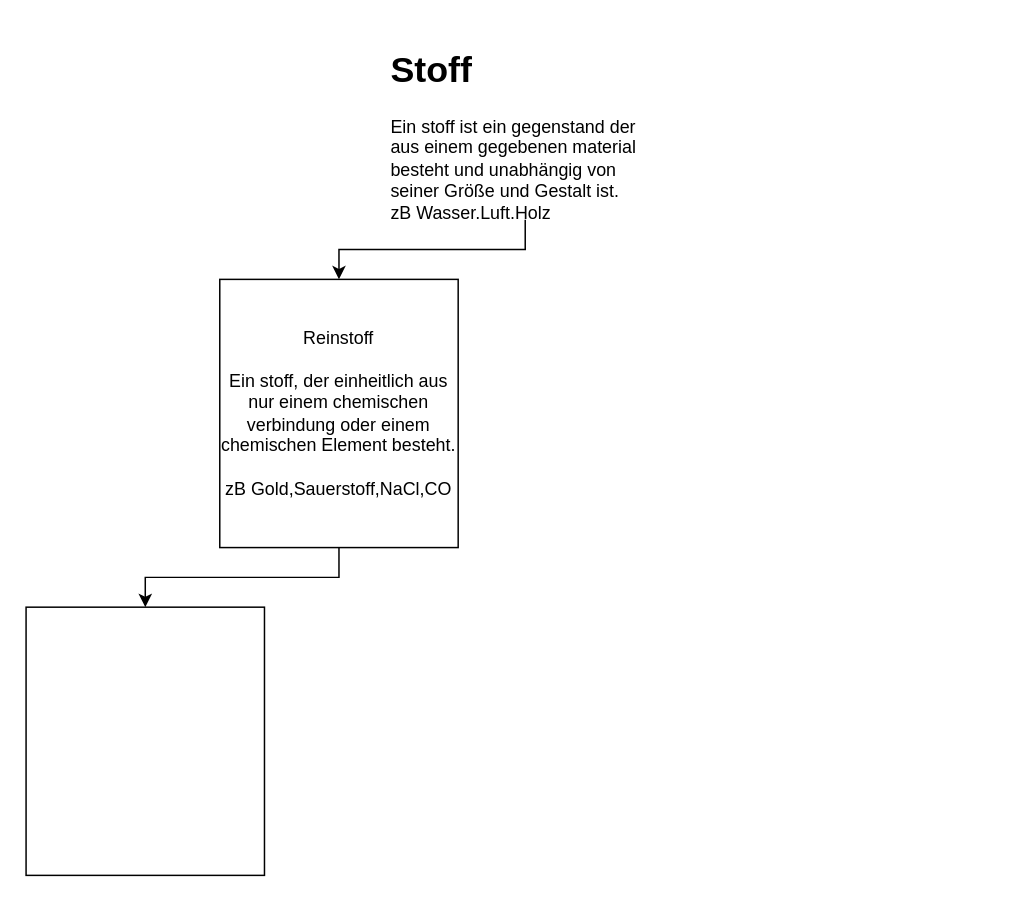
Before: Untitled Diagram.drawio in arrayan/hello-world, a draw.io diagram. Source tidied: cells renumbered, new cells numbered last; positions are measured from the earlier drawing's top-left corner, leaving out a move shared by most shapes. Both pictures are drawn from the tidied source at 149%, with x=0, y=0 at pixel (25, 40).
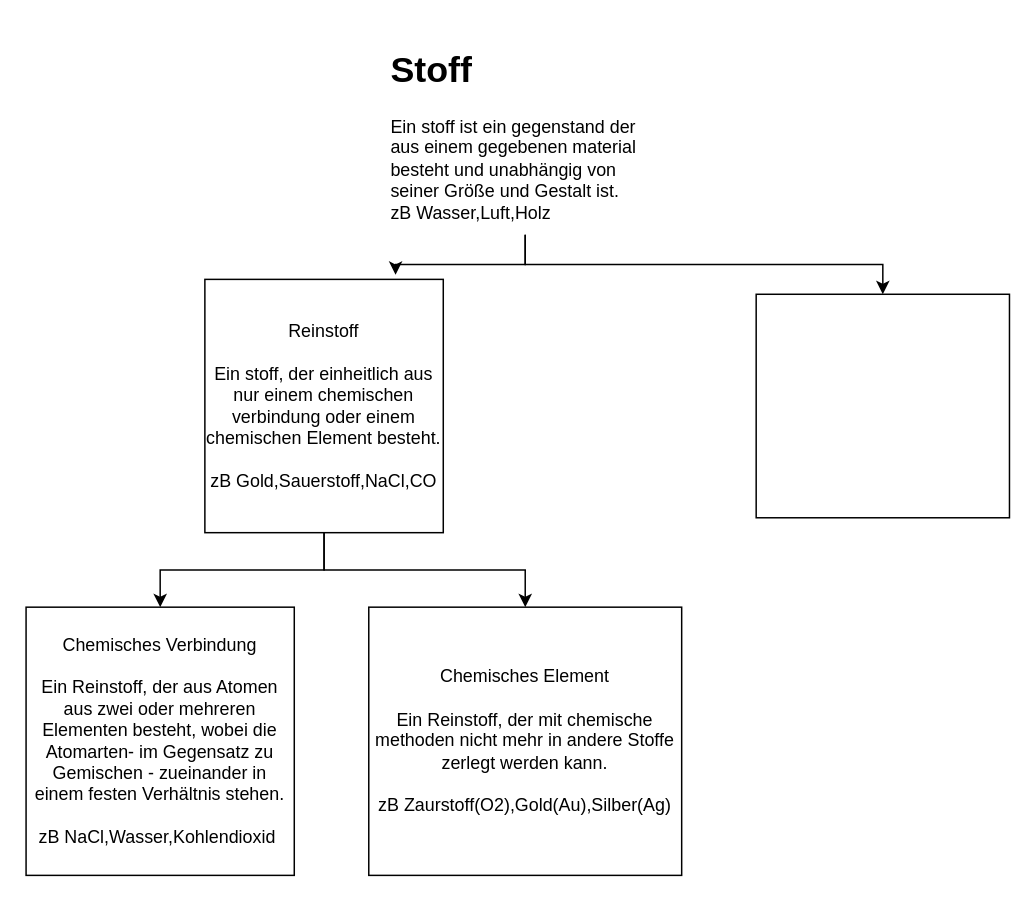
The same page after the edit.

What changed in the source:
```diff
@@
 <mxGraphModel>
   <root>
     <mxCell id="0" />
     <mxCell id="1" parent="0" />
-    <mxCell id="2" style="edgeStyle=orthogonalEdgeStyle;rounded=0;jettySize=auto;html=1;" parent="1" edge="1" source="3" target="5">
-      <mxGeometry relative="1" as="geometry" />
+    <mxCell id="2" style="edgeStyle=orthogonalEdgeStyle;rounded=0;jettySize=auto;html=1;entryX=0.8;entryY=-0.018;entryDx=0;entryDy=0;entryPerimeter=0;" parent="1" edge="1" source="3" target="5">
+      <mxGeometry relative="1" as="geometry">
+        <Array as="points">
+          <mxPoint x="335" y="150" />
+          <mxPoint x="248" y="150" />
+        </Array>
+      </mxGeometry>
     </mxCell>
+    <mxCell id="7" style="edgeStyle=orthogonalEdgeStyle;rounded=0;jettySize=auto;html=1;exitX=0.5;exitY=1;exitDx=0;exitDy=0;entryX=0.5;entryY=0;entryDx=0;entryDy=0;" parent="1" edge="1" source="3" target="10">
+      <mxGeometry relative="1" as="geometry" />
+    </mxCell>
     <mxCell id="3" value="&lt;h1&gt;Stoff&lt;/h1&gt;&lt;div&gt;Ein stoff ist ein gegenstand der aus einem gegebenen material besteht und unabhängig von seiner Größe und Gestalt ist.&lt;/div&gt;&lt;div&gt;zB Wasser,Luft,Holz&lt;/div&gt;&lt;div&gt;&lt;br&gt;&lt;/div&gt;&lt;div&gt;&lt;br&gt;&lt;/div&gt;&lt;div&gt;&lt;br&gt;&lt;/div&gt;" style="text;html=1;strokeColor=none;fillColor=none;spacing=5;spacingTop=-20;whiteSpace=wrap;overflow=hidden;rounded=0;" parent="1" vertex="1">
-      <mxGeometry x="240" width="190" height="120" as="geometry" />
+      <mxGeometry x="240" width="190" height="130" as="geometry" />
     </mxCell>
     <mxCell id="4" style="edgeStyle=orthogonalEdgeStyle;rounded=0;jettySize=auto;html=1;" parent="1" edge="1" source="5" target="6">
       <mxGeometry relative="1" as="geometry" />
     </mxCell>
+    <mxCell id="8" style="edgeStyle=orthogonalEdgeStyle;rounded=0;jettySize=auto;html=1;" parent="1" edge="1" source="5" target="9">
+      <mxGeometry relative="1" as="geometry" />
+    </mxCell>
     <mxCell id="5" value="Reinstoff&lt;br&gt;&lt;br&gt;Ein stoff, der einheitlich aus nur einem chemischen verbindung oder einem chemischen Element besteht.&lt;br&gt;&lt;br&gt;zB Gold,Sauerstoff,NaCl,CO" style="whiteSpace=wrap;html=1;" parent="1" vertex="1">
-      <mxGeometry x="130" y="160" width="160" height="180" as="geometry" />
+      <mxGeometry x="120" y="160" width="160" height="170" as="geometry" />
     </mxCell>
-    <mxCell id="6" style="whiteSpace=wrap;html=1;" parent="1" vertex="1">
-      <mxGeometry y="380" width="160" height="180" as="geometry" />
+    <mxCell id="6" value="Chemisches Verbindung&lt;br&gt;&lt;br&gt;Ein Reinstoff, der aus Atomen aus zwei oder mehreren Elementen besteht, wobei die Atomarten- im Gegensatz zu Gemischen - zueinander in einem festen Verhältnis stehen.&lt;br&gt;&lt;br&gt;zB NaCl,Wasser,Kohlendioxid&amp;nbsp;" style="whiteSpace=wrap;html=1;" parent="1" vertex="1">
+      <mxGeometry y="380" width="180" height="180" as="geometry" />
     </mxCell>
+    <mxCell id="9" value="Chemisches Element&lt;br&gt;&lt;br&gt;Ein Reinstoff, der mit chemische methoden nicht mehr in andere Stoffe zerlegt werden kann.&lt;br&gt;&lt;br&gt;zB Zaurstoff(O2),Gold(Au),Silber(Ag)" style="rounded=0;whiteSpace=wrap;html=1;" parent="1" vertex="1">
+      <mxGeometry x="230" y="380" width="210" height="180" as="geometry" />
+    </mxCell>
+    <mxCell id="10" style="rounded=0;whiteSpace=wrap;html=1;" parent="1" vertex="1">
+      <mxGeometry x="490" y="170" width="170" height="150" as="geometry" />
+    </mxCell>
   </root>
 </mxGraphModel>
```
